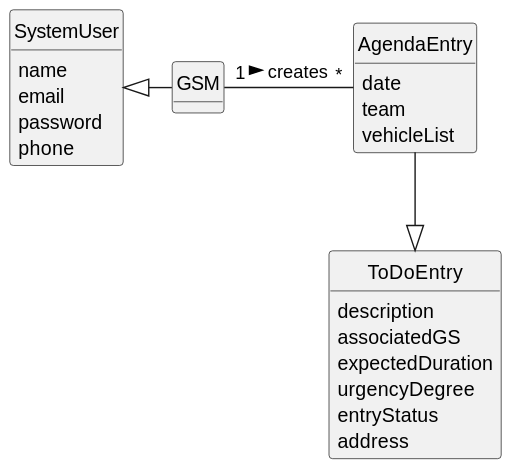
Above: docs/sprintC/us022/02.analysis/svg/us022-domain-model.svg in Departamento-de-Engenharia-Informatica/lei-24-s2-1do-g164 (PlantUML), before the change.
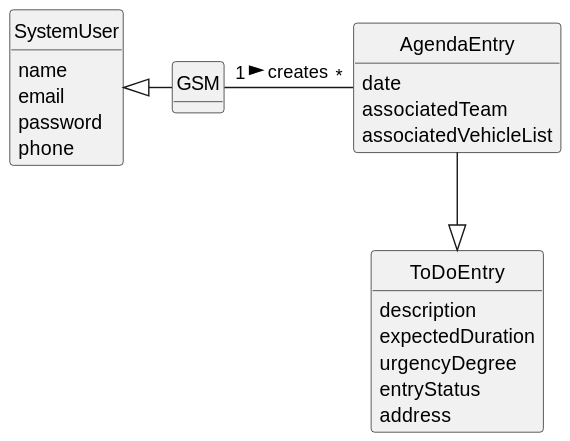
The same diagram one commit later.

What changed in the source:
```diff
@@ -24,13 +24,12 @@
 
 class AgendaEntry {
     date
-    team
-    vehicleList
+    associatedTeam
+    associatedVehicleList
 }
 
 class ToDoEntry {
         description
-        associatedGS
         expectedDuration
         urgencyDegree
         entryStatus
```
